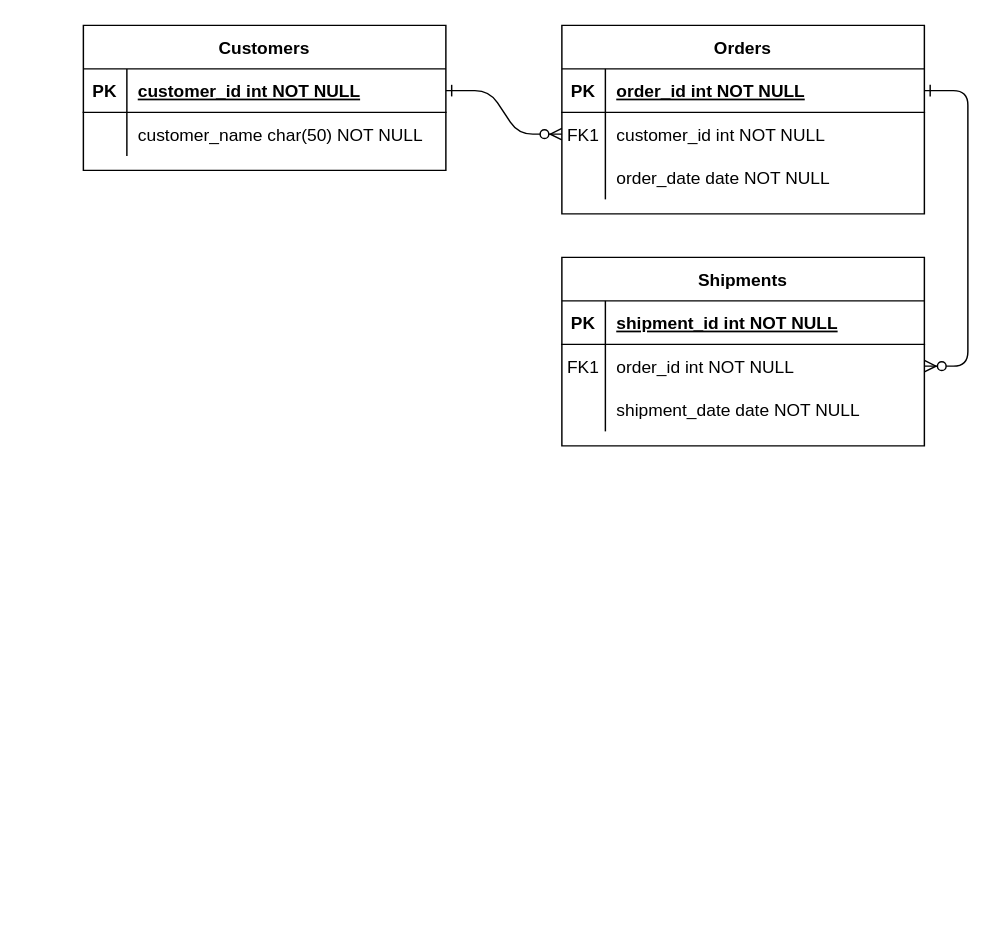
The draw.io diagram er-diagram.drawio in jcgloria/dbf_project, before the edit. Source tidied: cells renumbered, new cells numbered last; positions are measured from the earlier drawing's top-left corner, leaving out a move shared by most shapes. Both pictures are drawn from the tidied source at 145%, with x=0, y=0 at pixel (83, 25).
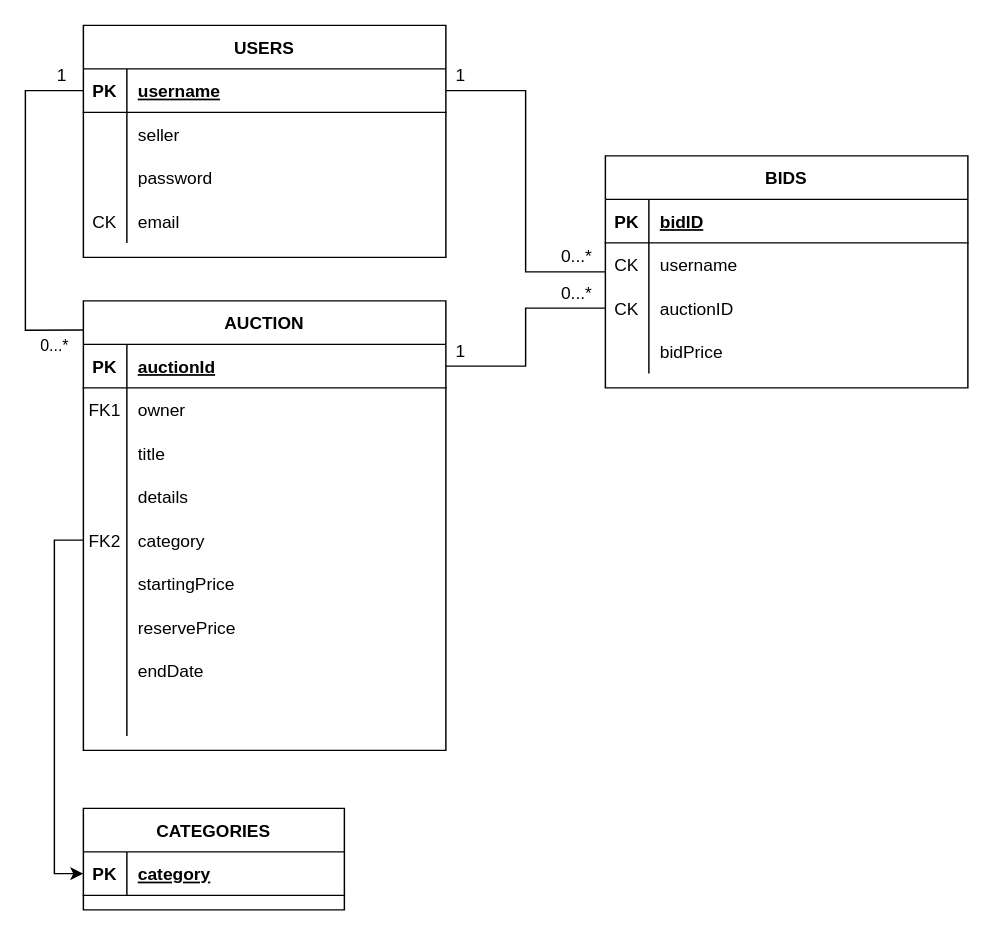
The same diagram, later.

Unchanged cells that the change refers to:
```xml
<mxCell id="5" style="shape=partialRectangle;fillColor=none;points=[[0,0.5],[1,0.5]];portConstraint=eastwest;top=0;left=0;right=0;bottom=1;" parent="4" vertex="1">
  <mxGeometry y="30" width="250" height="30" as="geometry" />
</mxCell>
<mxCell id="8" style="shape=partialRectangle;fillColor=none;points=[[0,0.5],[1,0.5]];portConstraint=eastwest;top=0;left=0;right=0;bottom=0;" parent="4" vertex="1">
  <mxGeometry y="60" width="250" height="30" as="geometry" />
</mxCell>
<mxCell id="11" style="shape=partialRectangle;fillColor=none;top=0;left=0;right=0;bottom=0;" parent="4" vertex="1">
  <mxGeometry y="90" width="250" height="30" as="geometry" />
</mxCell>
<mxCell id="15" style="shape=partialRectangle;fillColor=none;top=0;left=0;right=0;bottom=1;" parent="14" vertex="1">
  <mxGeometry y="30" width="250" height="30" as="geometry" />
</mxCell>
<mxCell id="18" style="shape=partialRectangle;fillColor=none;points=[[0,0.5],[1,0.5]];portConstraint=eastwest;top=0;left=0;right=0;bottom=0;" parent="14" vertex="1">
  <mxGeometry y="60" width="250" height="30" as="geometry" />
</mxCell>
<mxCell id="21" style="shape=partialRectangle;fillColor=none;points=[[0,0.5],[1,0.5]];portConstraint=eastwest;top=0;left=0;right=0;bottom=0;" parent="14" vertex="1">
  <mxGeometry y="90" width="250" height="30" as="geometry" />
</mxCell>
<mxCell id="25" style="shape=partialRectangle;fillColor=none;points=[[0,0.5],[1,0.5]];portConstraint=eastwest;top=0;left=0;right=0;bottom=1;" parent="24" vertex="1">
  <mxGeometry y="30" width="250" height="30" as="geometry" />
</mxCell>
<mxCell id="28" style="shape=partialRectangle;fillColor=none;top=0;left=0;right=0;bottom=0;" parent="24" vertex="1">
  <mxGeometry y="60" width="250" height="30" as="geometry" />
</mxCell>
```

The edit, as a diff of the source:
```diff
@@
-    <mxCell id="2" style="edgeStyle=entityRelationEdgeStyle;endArrow=ERzeroToMany;startArrow=ERone;endFill=1;startFill=0;" parent="1" edge="1" source="25" target="8">
-      <mxGeometry relative="1" as="geometry" />
-    </mxCell>
-    <mxCell id="3" style="edgeStyle=entityRelationEdgeStyle;endArrow=ERzeroToMany;startArrow=ERone;endFill=1;startFill=0;" parent="1" edge="1" source="5" target="18">
-      <mxGeometry relative="1" as="geometry" />
-    </mxCell>
-    <mxCell id="4" value="Orders" style="shape=table;startSize=30;childLayout=tableLayout;rowLines=0;fontStyle=1;align=center;" parent="1" vertex="1">
-      <mxGeometry x="330" width="250" height="130" as="geometry" />
+    <mxCell id="4" value="AUCTION" style="shape=table;startSize=30;childLayout=tableLayout;rowLines=0;fontStyle=1;align=center;" parent="1" vertex="1">
+      <mxGeometry y="190" width="250" height="310" as="geometry" />
     </mxCell>
@@
-    <mxCell id="7" value="order_id int NOT NULL " style="shape=partialRectangle;overflow=hidden;fillColor=none;top=0;left=0;bottom=0;right=0;align=left;spacingLeft=6;fontStyle=5;" parent="5" vertex="1">
+    <mxCell id="7" value="auctionId" style="shape=partialRectangle;overflow=hidden;fillColor=none;top=0;left=0;bottom=0;right=0;align=left;spacingLeft=6;fontStyle=5;" parent="5" vertex="1">
       <mxGeometry x="30" width="220" height="30" as="geometry" />
     </mxCell>
@@
-    <mxCell id="10" value="customer_id int NOT NULL" style="shape=partialRectangle;overflow=hidden;fillColor=none;top=0;left=0;bottom=0;right=0;align=left;spacingLeft=6;" parent="8" vertex="1">
+    <mxCell id="10" value="owner" style="shape=partialRectangle;overflow=hidden;fillColor=none;top=0;left=0;bottom=0;right=0;align=left;spacingLeft=6;" parent="8" vertex="1">
       <mxGeometry x="30" width="220" height="30" as="geometry" />
     </mxCell>
@@
-    <mxCell id="13" value="order_date date NOT NULL" style="shape=partialRectangle;overflow=hidden;fillColor=none;top=0;left=0;bottom=0;right=0;align=left;spacingLeft=6;" parent="11" vertex="1">
+    <mxCell id="13" value="title" style="shape=partialRectangle;overflow=hidden;fillColor=none;top=0;left=0;bottom=0;right=0;align=left;spacingLeft=6;" parent="11" vertex="1">
       <mxGeometry x="30" width="220" height="30" as="geometry" />
     </mxCell>
+    <mxCell id="31" style="shape=partialRectangle;fillColor=none;top=0;left=0;right=0;bottom=0;" parent="4" vertex="1">
+      <mxGeometry y="120" width="250" height="30" as="geometry" />
+    </mxCell>
+    <mxCell id="32" style="shape=partialRectangle;overflow=hidden;fillColor=none;top=0;left=0;bottom=0;right=0;" parent="31" vertex="1">
+      <mxGeometry width="30" height="30" as="geometry" />
+    </mxCell>
+    <mxCell id="33" value="details" style="shape=partialRectangle;overflow=hidden;fillColor=none;top=0;left=0;bottom=0;right=0;align=left;spacingLeft=6;" parent="31" vertex="1">
+      <mxGeometry x="30" width="220" height="30" as="geometry" />
+    </mxCell>
+    <mxCell id="34" style="shape=partialRectangle;fillColor=none;points=[[0,0.5],[1,0.5]];portConstraint=eastwest;top=0;left=0;right=0;bottom=0;" parent="4" vertex="1">
+      <mxGeometry y="150" width="250" height="30" as="geometry" />
+    </mxCell>
+    <mxCell id="35" value="FK2" style="shape=partialRectangle;overflow=hidden;fillColor=none;top=0;left=0;bottom=0;right=0;" parent="34" vertex="1">
+      <mxGeometry width="30" height="30" as="geometry" />
+    </mxCell>
+    <mxCell id="36" value="category" style="shape=partialRectangle;overflow=hidden;fillColor=none;top=0;left=0;bottom=0;right=0;align=left;spacingLeft=6;" parent="34" vertex="1">
+      <mxGeometry x="30" width="220" height="30" as="geometry" />
+    </mxCell>
+    <mxCell id="37" style="shape=partialRectangle;fillColor=none;top=0;left=0;right=0;bottom=0;" parent="4" vertex="1">
+      <mxGeometry y="180" width="250" height="30" as="geometry" />
+    </mxCell>
+    <mxCell id="38" style="shape=partialRectangle;overflow=hidden;fillColor=none;top=0;left=0;bottom=0;right=0;" parent="37" vertex="1">
+      <mxGeometry width="30" height="30" as="geometry" />
+    </mxCell>
+    <mxCell id="39" value="startingPrice" style="shape=partialRectangle;overflow=hidden;fillColor=none;top=0;left=0;bottom=0;right=0;align=left;spacingLeft=6;" parent="37" vertex="1">
+      <mxGeometry x="30" width="220" height="30" as="geometry" />
+    </mxCell>
+    <mxCell id="40" style="shape=partialRectangle;fillColor=none;top=0;left=0;right=0;bottom=0;" parent="4" vertex="1">
+      <mxGeometry y="210" width="250" height="30" as="geometry" />
+    </mxCell>
+    <mxCell id="41" style="shape=partialRectangle;overflow=hidden;fillColor=none;top=0;left=0;bottom=0;right=0;" parent="40" vertex="1">
+      <mxGeometry width="30" height="30" as="geometry" />
+    </mxCell>
+    <mxCell id="42" value="reservePrice" style="shape=partialRectangle;overflow=hidden;fillColor=none;top=0;left=0;bottom=0;right=0;align=left;spacingLeft=6;" parent="40" vertex="1">
+      <mxGeometry x="30" width="220" height="30" as="geometry" />
+    </mxCell>
+    <mxCell id="43" style="shape=partialRectangle;fillColor=none;top=0;left=0;right=0;bottom=0;" parent="4" vertex="1">
+      <mxGeometry y="240" width="250" height="30" as="geometry" />
+    </mxCell>
+    <mxCell id="44" style="shape=partialRectangle;overflow=hidden;fillColor=none;top=0;left=0;bottom=0;right=0;" parent="43" vertex="1">
+      <mxGeometry width="30" height="30" as="geometry" />
+    </mxCell>
+    <mxCell id="45" value="endDate" style="shape=partialRectangle;overflow=hidden;fillColor=none;top=0;left=0;bottom=0;right=0;align=left;spacingLeft=6;" parent="43" vertex="1">
+      <mxGeometry x="30" width="220" height="30" as="geometry" />
+    </mxCell>
+    <mxCell id="46" style="shape=partialRectangle;fillColor=none;top=0;left=0;right=0;bottom=0;" parent="4" vertex="1">
+      <mxGeometry y="270" width="250" height="30" as="geometry" />
+    </mxCell>
+    <mxCell id="47" style="shape=partialRectangle;overflow=hidden;fillColor=none;top=0;left=0;bottom=0;right=0;" parent="46" vertex="1">
+      <mxGeometry width="30" height="30" as="geometry" />
+    </mxCell>
+    <mxCell id="48" style="shape=partialRectangle;overflow=hidden;fillColor=none;top=0;left=0;bottom=0;right=0;align=left;spacingLeft=6;" parent="46" vertex="1">
+      <mxGeometry x="30" width="220" height="30" as="geometry" />
+    </mxCell>
-    <mxCell id="14" value="Shipments" style="shape=table;startSize=30;childLayout=tableLayout;rowLines=0;fontStyle=1;align=center;" parent="1" vertex="1">
-      <mxGeometry x="330" y="160" width="250" height="130" as="geometry" />
+    <mxCell id="14" value="BIDS" style="shape=table;startSize=30;childLayout=tableLayout;rowLines=0;fontStyle=1;align=center;" parent="1" vertex="1">
+      <mxGeometry x="360" y="90" width="250" height="160" as="geometry" />
     </mxCell>
@@
-    <mxCell id="17" value="shipment_id int NOT NULL " style="shape=partialRectangle;overflow=hidden;fillColor=none;top=0;left=0;bottom=0;right=0;align=left;spacingLeft=6;fontStyle=5;" parent="15" vertex="1">
+    <mxCell id="17" value="bidID" style="shape=partialRectangle;overflow=hidden;fillColor=none;top=0;left=0;bottom=0;right=0;align=left;spacingLeft=6;fontStyle=5;" parent="15" vertex="1">
       <mxGeometry x="30" width="220" height="30" as="geometry" />
     </mxCell>
@@
-    <mxCell id="19" value="FK1" style="shape=partialRectangle;overflow=hidden;fillColor=none;top=0;left=0;bottom=0;right=0;" parent="18" vertex="1">
+    <mxCell id="19" value="CK" style="shape=partialRectangle;overflow=hidden;fillColor=none;top=0;left=0;bottom=0;right=0;" parent="18" vertex="1">
       <mxGeometry width="30" height="30" as="geometry" />
     </mxCell>
-    <mxCell id="20" value="order_id int NOT NULL" style="shape=partialRectangle;overflow=hidden;fillColor=none;top=0;left=0;bottom=0;right=0;align=left;spacingLeft=6;" parent="18" vertex="1">
+    <mxCell id="20" value="username" style="shape=partialRectangle;overflow=hidden;fillColor=none;top=0;left=0;bottom=0;right=0;align=left;spacingLeft=6;" parent="18" vertex="1">
       <mxGeometry x="30" width="220" height="30" as="geometry" />
     </mxCell>
@@
-    <mxCell id="22" style="shape=partialRectangle;overflow=hidden;fillColor=none;top=0;left=0;bottom=0;right=0;" parent="21" vertex="1">
+    <mxCell id="22" value="CK" style="shape=partialRectangle;overflow=hidden;fillColor=none;top=0;left=0;bottom=0;right=0;" parent="21" vertex="1">
       <mxGeometry width="30" height="30" as="geometry" />
     </mxCell>
-    <mxCell id="23" value="shipment_date date NOT NULL" style="shape=partialRectangle;overflow=hidden;fillColor=none;top=0;left=0;bottom=0;right=0;align=left;spacingLeft=6;" parent="21" vertex="1">
+    <mxCell id="23" value="auctionID" style="shape=partialRectangle;overflow=hidden;fillColor=none;top=0;left=0;bottom=0;right=0;align=left;spacingLeft=6;" parent="21" vertex="1">
       <mxGeometry x="30" width="220" height="30" as="geometry" />
     </mxCell>
+    <mxCell id="49" style="shape=partialRectangle;fillColor=none;top=0;left=0;right=0;bottom=0;" parent="14" vertex="1">
+      <mxGeometry y="120" width="250" height="30" as="geometry" />
+    </mxCell>
+    <mxCell id="50" style="shape=partialRectangle;overflow=hidden;fillColor=none;top=0;left=0;bottom=0;right=0;" parent="49" vertex="1">
+      <mxGeometry width="30" height="30" as="geometry" />
+    </mxCell>
+    <mxCell id="51" value="bidPrice" style="shape=partialRectangle;overflow=hidden;fillColor=none;top=0;left=0;bottom=0;right=0;align=left;spacingLeft=6;" parent="49" vertex="1">
+      <mxGeometry x="30" width="220" height="30" as="geometry" />
+    </mxCell>
-    <mxCell id="24" value="Customers" style="shape=table;startSize=30;childLayout=tableLayout;rowLines=0;fontStyle=1;align=center;" parent="1" vertex="1">
-      <mxGeometry width="250" height="100" as="geometry" />
+    <mxCell id="24" value="USERS" style="shape=table;startSize=30;childLayout=tableLayout;rowLines=0;fontStyle=1;align=center;" parent="1" vertex="1">
+      <mxGeometry width="250" height="160" as="geometry" />
     </mxCell>
@@
-    <mxCell id="27" value="customer_id int NOT NULL " style="shape=partialRectangle;overflow=hidden;fillColor=none;top=0;left=0;bottom=0;right=0;align=left;spacingLeft=6;fontStyle=5;" parent="25" vertex="1">
+    <mxCell id="27" value="username" style="shape=partialRectangle;overflow=hidden;fillColor=none;top=0;left=0;bottom=0;right=0;align=left;spacingLeft=6;fontStyle=5;" parent="25" vertex="1">
       <mxGeometry x="30" width="220" height="30" as="geometry" />
     </mxCell>
@@
-    <mxCell id="30" value="customer_name char(50) NOT NULL" style="shape=partialRectangle;overflow=hidden;fillColor=none;top=0;left=0;bottom=0;right=0;align=left;spacingLeft=6;" parent="28" vertex="1">
+    <mxCell id="30" value="seller" style="shape=partialRectangle;overflow=hidden;fillColor=none;top=0;left=0;bottom=0;right=0;align=left;spacingLeft=6;" parent="28" vertex="1">
       <mxGeometry x="30" width="220" height="30" as="geometry" />
     </mxCell>
+    <mxCell id="52" style="shape=partialRectangle;fillColor=none;top=0;left=0;right=0;bottom=0;" parent="24" vertex="1">
+      <mxGeometry y="90" width="250" height="30" as="geometry" />
+    </mxCell>
+    <mxCell id="53" style="shape=partialRectangle;overflow=hidden;fillColor=none;top=0;left=0;bottom=0;right=0;" parent="52" vertex="1">
+      <mxGeometry width="30" height="30" as="geometry" />
+    </mxCell>
+    <mxCell id="54" value="password" style="shape=partialRectangle;overflow=hidden;fillColor=none;top=0;left=0;bottom=0;right=0;align=left;spacingLeft=6;" parent="52" vertex="1">
+      <mxGeometry x="30" width="220" height="30" as="geometry" />
+    </mxCell>
+    <mxCell id="55" style="shape=partialRectangle;fillColor=none;top=0;left=0;right=0;bottom=0;" parent="24" vertex="1">
+      <mxGeometry y="120" width="250" height="30" as="geometry" />
+    </mxCell>
+    <mxCell id="56" value="CK" style="shape=partialRectangle;overflow=hidden;fillColor=none;top=0;left=0;bottom=0;right=0;" parent="55" vertex="1">
+      <mxGeometry width="30" height="30" as="geometry" />
+    </mxCell>
+    <mxCell id="57" value="email" style="shape=partialRectangle;overflow=hidden;fillColor=none;top=0;left=0;bottom=0;right=0;align=left;spacingLeft=6;" parent="55" vertex="1">
+      <mxGeometry x="30" width="220" height="30" as="geometry" />
+    </mxCell>
+    <mxCell id="58" value="CATEGORIES" style="shape=table;startSize=30;childLayout=tableLayout;rowLines=0;fontStyle=1;align=center;" parent="1" vertex="1">
+      <mxGeometry y="540" width="180" height="70" as="geometry" />
+    </mxCell>
+    <mxCell id="59" style="shape=tableRow;horizontal=0;startSize=0;swimlaneHead=0;swimlaneBody=0;fillColor=none;points=[[0,0.5],[1,0.5]];portConstraint=eastwest;top=0;left=0;right=0;bottom=1;" parent="58" vertex="1">
+      <mxGeometry y="30" width="180" height="30" as="geometry" />
+    </mxCell>
+    <mxCell id="60" value="PK" style="shape=partialRectangle;fillColor=none;top=0;left=0;bottom=0;right=0;fontStyle=1;overflow=hidden;" parent="59" vertex="1">
+      <mxGeometry width="30" height="30" as="geometry" />
+    </mxCell>
+    <mxCell id="61" value="category" style="shape=partialRectangle;fillColor=none;top=0;left=0;bottom=0;right=0;align=left;spacingLeft=6;fontStyle=5;overflow=hidden;" parent="59" vertex="1">
+      <mxGeometry x="30" width="150" height="30" as="geometry" />
+    </mxCell>
+    <mxCell id="62" style="edgeStyle=orthogonalEdgeStyle;rounded=0;jettySize=auto;html=1;exitX=0;exitY=0.5;exitDx=0;exitDy=0;entryX=0;entryY=0.5;entryDx=0;entryDy=0;" parent="1" edge="1" source="34" target="59">
+      <mxGeometry relative="1" as="geometry" />
+    </mxCell>
+    <mxCell id="63" style="edgeStyle=orthogonalEdgeStyle;rounded=0;jettySize=auto;html=1;exitX=0;exitY=0.5;exitDx=0;exitDy=0;entryX=0.001;entryY=0.065;entryDx=0;entryDy=0;entryPerimeter=0;endArrow=none;endFill=0;" parent="1" edge="1" source="25" target="4">
+      <mxGeometry relative="1" as="geometry">
+        <Array as="points">
+          <mxPoint x="-40" y="45" />
+          <mxPoint x="-40" y="210" />
+        </Array>
+      </mxGeometry>
+    </mxCell>
+    <mxCell id="64" value="0...*" style="edgeLabel;html=1;align=center;verticalAlign=middle;" parent="63" vertex="1">
+      <mxGeometry x="0.74" y="1" relative="1" as="geometry">
+        <mxPoint x="11" y="11" as="offset" />
+      </mxGeometry>
+    </mxCell>
+    <mxCell id="65" style="edgeStyle=orthogonalEdgeStyle;rounded=0;jettySize=auto;html=1;exitX=1;exitY=0.5;exitDx=0;exitDy=0;entryX=0;entryY=0.5;entryDx=0;entryDy=0;endArrow=none;endFill=0;" parent="1" edge="1" source="25" target="14">
+      <mxGeometry relative="1" as="geometry" />
+    </mxCell>
+    <mxCell id="66" style="edgeStyle=orthogonalEdgeStyle;rounded=0;jettySize=auto;html=1;exitX=0;exitY=0.5;exitDx=0;exitDy=0;entryX=1;entryY=0.5;entryDx=0;entryDy=0;endArrow=none;endFill=0;" parent="1" edge="1" source="21" target="5">
+      <mxGeometry relative="1" as="geometry" />
+    </mxCell>
+    <mxCell id="67" value="0...*" style="text;html=1;align=center;verticalAlign=middle;strokeColor=none;fillColor=none;" parent="1" vertex="1">
+      <mxGeometry x="320" y="145" width="40" height="30" as="geometry" />
+    </mxCell>
+    <mxCell id="68" value="1" style="text;html=1;align=center;verticalAlign=middle;strokeColor=none;fillColor=none;" parent="1" vertex="1">
+      <mxGeometry x="245" y="20" width="30" height="30" as="geometry" />
+    </mxCell>
+    <mxCell id="69" value="1" style="text;html=1;align=center;verticalAlign=middle;strokeColor=none;fillColor=none;" parent="1" vertex="1">
+      <mxGeometry x="-30" y="20" width="30" height="30" as="geometry" />
+    </mxCell>
+    <mxCell id="70" value="0...*" style="text;html=1;align=center;verticalAlign=middle;strokeColor=none;fillColor=none;" parent="1" vertex="1">
+      <mxGeometry x="320" y="170" width="40" height="30" as="geometry" />
+    </mxCell>
+    <mxCell id="71" value="1" style="text;html=1;align=center;verticalAlign=middle;strokeColor=none;fillColor=none;" parent="1" vertex="1">
+      <mxGeometry x="245" y="210" width="30" height="30" as="geometry" />
+    </mxCell>
```
